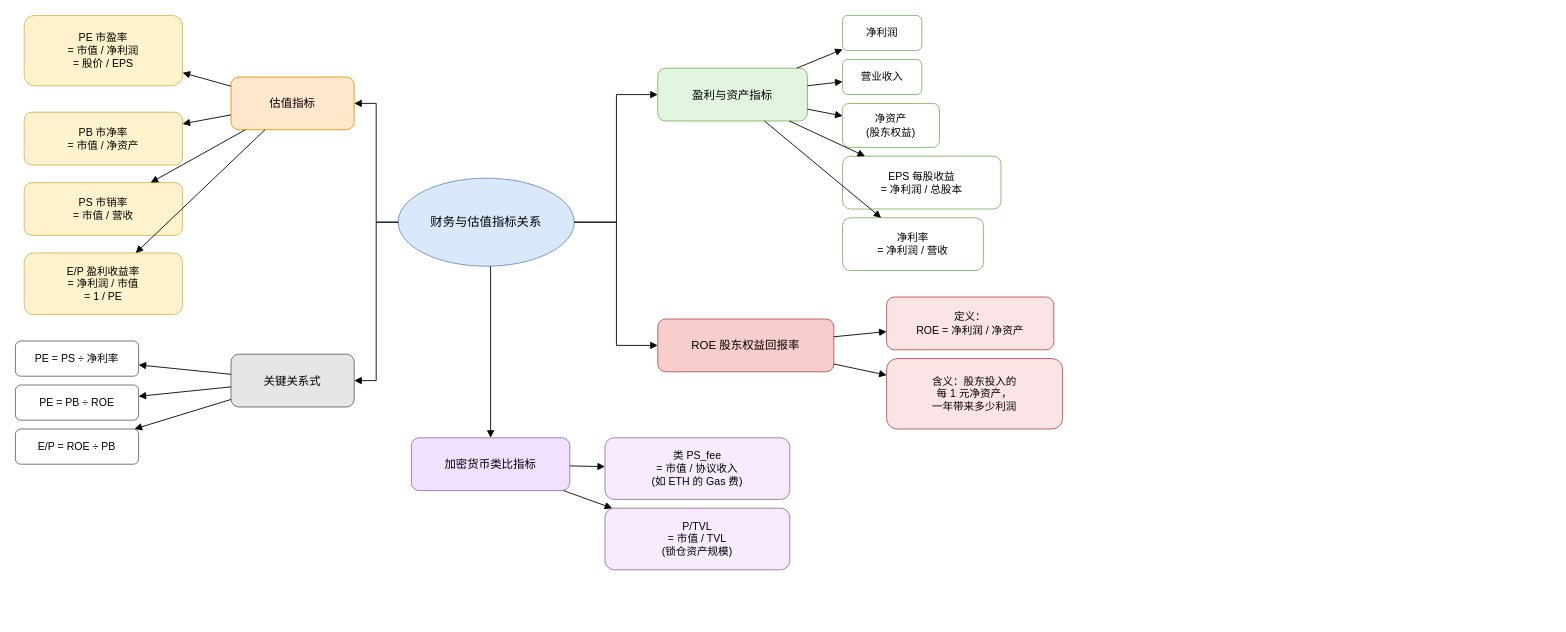
This is pe roe pb.drawio from 14790897/550-preprocess, a draw.io file, before an edit. Source tidied: cells renumbered, new cells numbered last; positions are measured from the earlier drawing's top-left corner, leaving out a move shared by most shapes. Both pictures are drawn from the tidied source at 88%, with x=0, y=0 at pixel (15, 15).
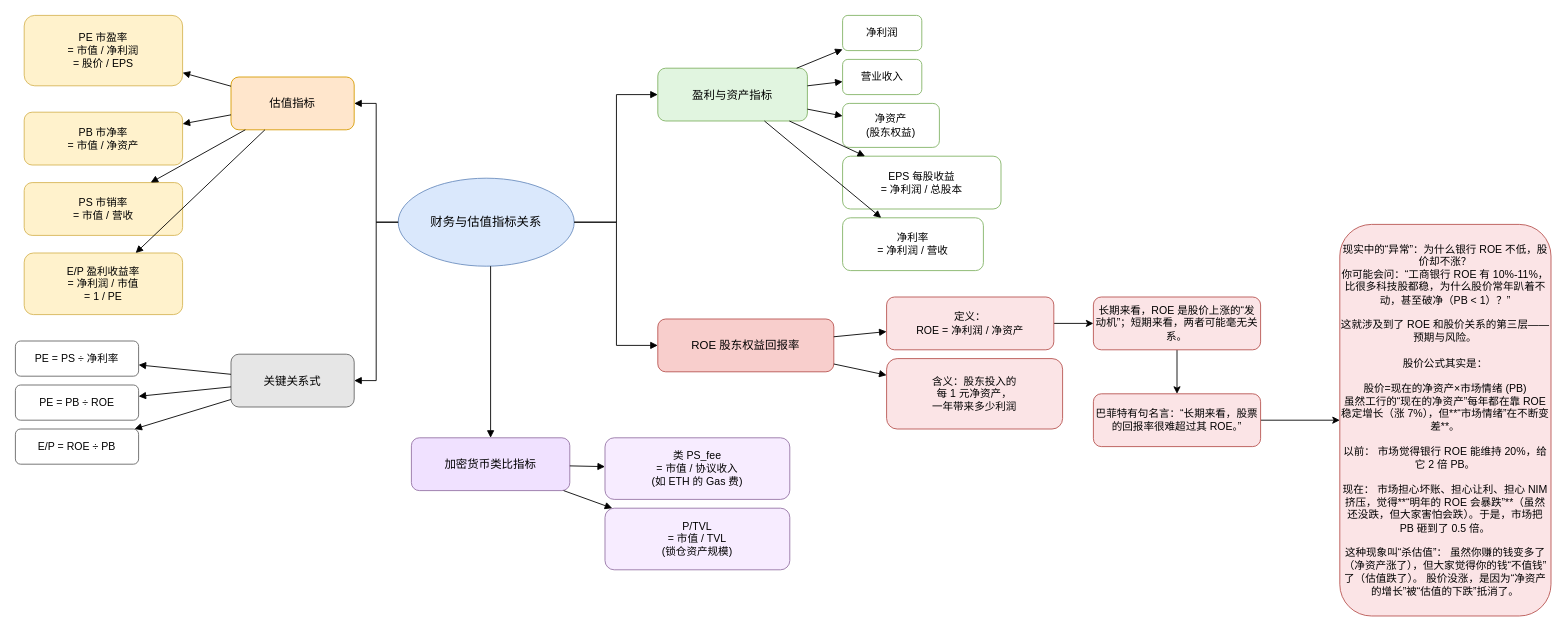
The same page after the edit.

Unchanged cells that the change refers to:
```xml
<mxCell id="27" value="定义：&#10;ROE = 净利润 / 净资产" style="rounded=1;whiteSpace=wrap;html=1;fillColor=#fbe4e6;strokeColor=#b85450;fontSize=12;" parent="1" vertex="1">
  <mxGeometry x="990" y="320" width="190" height="60" as="geometry" />
</mxCell>
```

The edit, as a diff of the source:
```diff
@@
+    <mxCell id="45" style="edgeStyle=orthogonalEdgeStyle;rounded=0;jettySize=auto;html=1;" parent="1" edge="1" source="27" target="47">
+      <mxGeometry relative="1" as="geometry" />
+    </mxCell>
@@
+    <mxCell id="46" style="edgeStyle=orthogonalEdgeStyle;rounded=0;jettySize=auto;html=1;entryX=0.5;entryY=0;entryDx=0;entryDy=0;" parent="1" edge="1" source="47" target="49">
+      <mxGeometry relative="1" as="geometry" />
+    </mxCell>
+    <mxCell id="47" value="长期来看，ROE 是股价上涨的“发动机”；短期来看，两者可能毫无关系。" style="rounded=1;whiteSpace=wrap;html=1;fillColor=#fbe4e6;strokeColor=#b85450;fontSize=12;" parent="1" vertex="1">
+      <mxGeometry x="1225" y="320" width="190" height="60" as="geometry" />
+    </mxCell>
+    <mxCell id="48" style="edgeStyle=orthogonalEdgeStyle;rounded=0;jettySize=auto;html=1;entryX=0;entryY=0.5;entryDx=0;entryDy=0;" parent="1" edge="1" source="49" target="50">
+      <mxGeometry relative="1" as="geometry" />
+    </mxCell>
+    <mxCell id="49" value="巴菲特有句名言：“长期来看，股票的回报率很难超过其 ROE。”" style="rounded=1;whiteSpace=wrap;html=1;fillColor=#fbe4e6;strokeColor=#b85450;fontSize=12;" parent="1" vertex="1">
+      <mxGeometry x="1225" y="430" width="190" height="60" as="geometry" />
+    </mxCell>
+    <mxCell id="50" value="&lt;div&gt;现实中的“异常”：为什么银行 ROE 不低，股价却不涨？&lt;/div&gt;&lt;div&gt;你可能会问：“工商银行 ROE 有 10%-11%，比很多科技股都稳，为什么股价常年趴着不动，甚至破净（PB &amp;lt; 1）？”&lt;/div&gt;&lt;div&gt;&lt;br&gt;&lt;/div&gt;&lt;div&gt;这就涉及到了 ROE 和股价关系的第三层——预期与风险。&lt;/div&gt;&lt;div&gt;&lt;br&gt;&lt;/div&gt;&lt;div&gt;股价公式其实是：&lt;/div&gt;&lt;div&gt;&lt;br&gt;&lt;/div&gt;&lt;div&gt;股价=现在的净资产×市场情绪 (PB)&lt;/div&gt;&lt;div&gt;虽然工行的“现在的净资产”每年都在靠 ROE 稳定增长（涨 7%），但**“市场情绪”在不断变差**。&lt;/div&gt;&lt;div&gt;&lt;br&gt;&lt;/div&gt;&lt;div&gt;以前： 市场觉得银行 ROE 能维持 20%，给它 2 倍 PB。&lt;/div&gt;&lt;div&gt;&lt;br&gt;&lt;/div&gt;&lt;div&gt;现在： 市场担心坏账、担心让利、担心 NIM 挤压，觉得**“明年的 ROE 会暴跌”**（虽然还没跌，但大家害怕会跌）。于是，市场把 PB 砸到了 0.5 倍。&lt;/div&gt;&lt;div&gt;&lt;br&gt;&lt;/div&gt;&lt;div&gt;这种现象叫“杀估值”： 虽然你赚的钱变多了（净资产涨了），但大家觉得你的钱“不值钱”了（估值跌了）。 股价没涨，是因为“净资产的增长”被“估值的下跌”抵消了。&lt;/div&gt;" style="rounded=1;whiteSpace=wrap;html=1;fillColor=#fbe4e6;strokeColor=#b85450;fontSize=12;" parent="1" vertex="1">
+      <mxGeometry x="1505" y="237.5" width="240" height="445" as="geometry" />
+    </mxCell>
```
